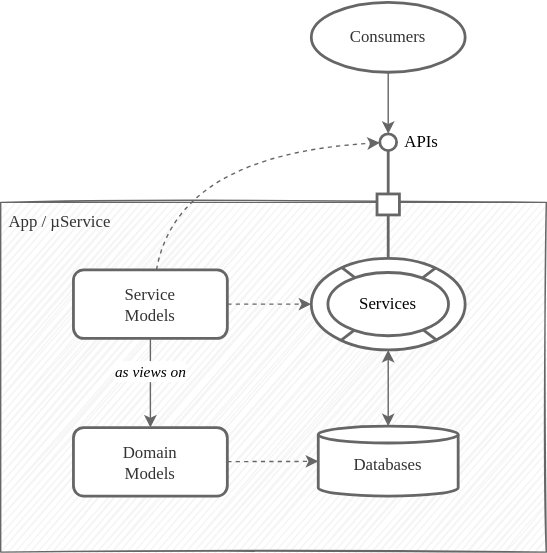
cap-js/docs keeps this draw.io diagram as guides/assets/providing-services/service-as-facades.drawio.svg. Above is the earlier version. Source tidied: cells renumbered, new cells last; positions are measured from the earlier drawing's top-left corner, leaving out a move shared by most shapes.
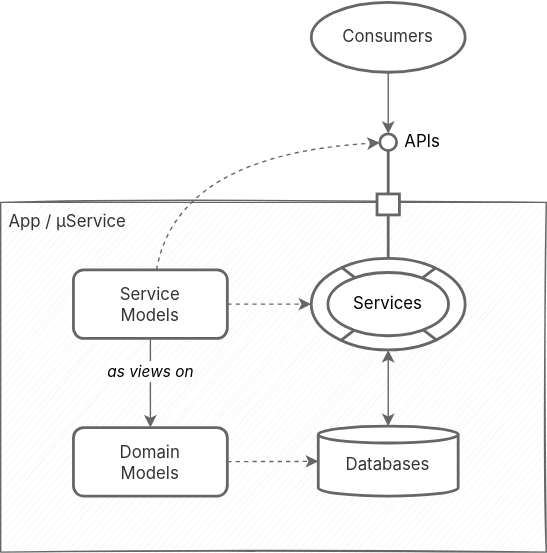
Above is the later version.

What changed in the source:
```diff
@@ -2,64 +2,64 @@
   <root>
     <mxCell id="0" />
     <mxCell id="1" parent="0" />
-    <mxCell id="2" value="App / µService" style="rounded=0;whiteSpace=wrap;html=1;sketch=1;strokeWidth=1;fillColor=#f5f5f5;strokeColor=#666666;fontColor=#333333;fontFamily=Avenir Next Medium;align=left;verticalAlign=top;spacingBottom=4;spacingLeft=4;spacingRight=5;" parent="1" vertex="1">
+    <mxCell id="2" value="App / µService" style="rounded=0;whiteSpace=wrap;html=1;sketch=1;strokeWidth=1;fillColor=#f5f5f5;strokeColor=#666666;fontColor=#333333;fontFamily='Avenir Next', 'Inter var', 'Inter', Helvetica, Arial, sans-serif;align=left;verticalAlign=top;spacingBottom=4;spacingLeft=4;spacingRight=5;" parent="1" vertex="1">
       <mxGeometry y="143" width="390" height="250" as="geometry" />
     </mxCell>
-    <mxCell id="3" style="rounded=0;jettySize=auto;html=1;strokeWidth=1;fillColor=#f5f5f5;strokeColor=#666666;fontStyle=1;fontFamily=Avenir Next Medium;fontSize=12;sketch=0;" parent="1" edge="1" source="4" target="5">
+    <mxCell id="3" style="rounded=0;jettySize=auto;html=1;strokeWidth=1;fillColor=#f5f5f5;strokeColor=#666666;fontStyle=1;fontFamily='Avenir Next', 'Inter var', 'Inter', Helvetica, Arial, sans-serif;fontSize=12;sketch=0;" parent="1" edge="1" source="4" target="5">
       <mxGeometry x="-0.23" relative="1" as="geometry" />
     </mxCell>
-    <mxCell id="4" value="Consumers" style="ellipse;whiteSpace=wrap;html=1;sketch=0;fontFamily=Avenir Next Medium;fontSize=12;fontColor=#333333;strokeColor=#666666;strokeWidth=2;fontStyle=0;" parent="1" vertex="1">
+    <mxCell id="4" value="Consumers" style="ellipse;whiteSpace=wrap;html=1;sketch=0;fontFamily='Avenir Next', 'Inter var', 'Inter', Helvetica, Arial, sans-serif;fontSize=12;fontColor=#333333;strokeColor=#666666;strokeWidth=2;fontStyle=0;" parent="1" vertex="1">
       <mxGeometry x="222" width="110" height="50" as="geometry" />
     </mxCell>
-    <mxCell id="5" value="APIs" style="ellipse;whiteSpace=wrap;html=1;shadow=0;sketch=0;fillStyle=hachure;fontFamily=Avenir Next Medium;fontSize=12;fontColor=#000000;strokeColor=#666666;strokeWidth=2;align=left;spacingLeft=16;" parent="1" vertex="1">
+    <mxCell id="5" value="APIs" style="ellipse;whiteSpace=wrap;html=1;shadow=0;sketch=0;fillStyle=hachure;fontFamily='Avenir Next', 'Inter var', 'Inter', Helvetica, Arial, sans-serif;fontSize=12;fontColor=#000000;strokeColor=#666666;strokeWidth=2;align=left;spacingLeft=16;" parent="1" vertex="1">
       <mxGeometry x="271" y="94" width="12" height="12" as="geometry" />
     </mxCell>
-    <mxCell id="6" style="endArrow=none;html=1;sketch=0;fontFamily=Avenir Next Medium;fontSize=12;fontColor=#000000;strokeColor=#666666;strokeWidth=2;curved=1;" parent="1" edge="1" source="7" target="5">
+    <mxCell id="6" style="endArrow=none;html=1;sketch=0;fontFamily='Avenir Next', 'Inter var', 'Inter', Helvetica, Arial, sans-serif;fontSize=12;fontColor=#000000;strokeColor=#666666;strokeWidth=2;curved=1;" parent="1" edge="1" source="7" target="5">
       <mxGeometry relative="1" as="geometry" />
     </mxCell>
-    <mxCell id="7" style="rounded=0;whiteSpace=wrap;html=1;shadow=0;sketch=0;fillStyle=hachure;fontFamily=Avenir Next Medium;fontSize=12;fontColor=#000000;strokeColor=#666666;strokeWidth=2;" parent="1" vertex="1">
+    <mxCell id="7" style="rounded=0;whiteSpace=wrap;html=1;shadow=0;sketch=0;fillStyle=hachure;fontFamily='Avenir Next', 'Inter var', 'Inter', Helvetica, Arial, sans-serif;fontSize=12;fontColor=#000000;strokeColor=#666666;strokeWidth=2;" parent="1" vertex="1">
       <mxGeometry x="269" y="137" width="16" height="15" as="geometry" />
     </mxCell>
-    <mxCell id="8" style="endArrow=none;html=1;sketch=0;fontFamily=Avenir Next Medium;fontSize=12;fontColor=#000000;strokeColor=#666666;strokeWidth=2;curved=1;" parent="1" edge="1" source="12" target="7">
+    <mxCell id="8" style="endArrow=none;html=1;sketch=0;fontFamily='Avenir Next', 'Inter var', 'Inter', Helvetica, Arial, sans-serif;fontSize=12;fontColor=#000000;strokeColor=#666666;strokeWidth=2;curved=1;" parent="1" edge="1" source="12" target="7">
       <mxGeometry relative="1" as="geometry" />
     </mxCell>
-    <mxCell id="9" value="Databases" style="shape=cylinder3;whiteSpace=wrap;html=1;boundedLbl=1;backgroundOutline=1;size=6;strokeWidth=2;strokeColor=#666666;spacingBottom=5;fontFamily=Avenir Next Medium;sketch=0;fontColor=#333333;" parent="1" vertex="1">
+    <mxCell id="9" value="Databases" style="shape=cylinder3;whiteSpace=wrap;html=1;boundedLbl=1;backgroundOutline=1;size=6;strokeWidth=2;strokeColor=#666666;spacingBottom=5;fontFamily='Avenir Next', 'Inter var', 'Inter', Helvetica, Arial, sans-serif;sketch=0;fontColor=#333333;" parent="1" vertex="1">
       <mxGeometry x="227" y="303" width="100" height="50" as="geometry" />
     </mxCell>
-    <mxCell id="10" style="rounded=0;jettySize=auto;html=1;strokeWidth=1;fillColor=#f5f5f5;strokeColor=#666666;fontFamily=Avenir Next Medium;startArrow=classic;startFill=1;sketch=0;" parent="1" edge="1" source="12" target="9">
+    <mxCell id="10" style="rounded=0;jettySize=auto;html=1;strokeWidth=1;fillColor=#f5f5f5;strokeColor=#666666;fontFamily='Avenir Next', 'Inter var', 'Inter', Helvetica, Arial, sans-serif;startArrow=classic;startFill=1;sketch=0;" parent="1" edge="1" source="12" target="9">
       <mxGeometry relative="1" as="geometry" />
     </mxCell>
-    <mxCell id="11" style="group;" parent="1" vertex="1">
+    <mxCell id="11" style="group;fontFamily='Avenir Next', 'Inter var', 'Inter', Helvetica, Arial, sans-serif;" parent="1" vertex="1">
       <mxGeometry x="222" y="183" width="110" height="65.5" as="geometry" />
     </mxCell>
-    <mxCell id="12" style="ellipse;whiteSpace=wrap;html=1;strokeWidth=2;strokeColor=#666666;gradientDirection=south;fontFamily=Avenir Next Medium;sketch=0;" parent="11" vertex="1">
+    <mxCell id="12" style="ellipse;whiteSpace=wrap;html=1;strokeWidth=2;strokeColor=#666666;gradientDirection=south;fontFamily='Avenir Next', 'Inter var', 'Inter', Helvetica, Arial, sans-serif;sketch=0;" parent="11" vertex="1">
       <mxGeometry width="110" height="65.5" as="geometry" />
     </mxCell>
-    <mxCell id="13" style="rounded=0;orthogonalLoop=1;jettySize=auto;html=1;endArrow=none;endFill=0;strokeWidth=2;entryX=0.806;entryY=0.106;entryDx=0;entryDy=0;exitX=0.193;exitY=0.895;exitDx=0;exitDy=0;fillColor=#f8cecc;strokeColor=#666666;entryPerimeter=0;exitPerimeter=0;fontFamily=Avenir Next Medium;sketch=0;" parent="11" edge="1" source="12" target="12">
+    <mxCell id="13" style="rounded=0;orthogonalLoop=1;jettySize=auto;html=1;endArrow=none;endFill=0;strokeWidth=2;entryX=0.806;entryY=0.106;entryDx=0;entryDy=0;exitX=0.193;exitY=0.895;exitDx=0;exitDy=0;fillColor=#f8cecc;strokeColor=#666666;entryPerimeter=0;exitPerimeter=0;fontFamily='Avenir Next', 'Inter var', 'Inter', Helvetica, Arial, sans-serif;sketch=0;" parent="11" edge="1" source="12" target="12">
       <mxGeometry y="0.5" as="geometry" />
     </mxCell>
-    <mxCell id="14" style="rounded=0;orthogonalLoop=1;jettySize=auto;html=1;endArrow=none;endFill=0;strokeWidth=2;entryX=0.819;entryY=0.898;entryDx=0;entryDy=0;exitX=0.199;exitY=0.102;exitDx=0;exitDy=0;fillColor=#f8cecc;strokeColor=#666666;exitPerimeter=0;entryPerimeter=0;fontFamily=Avenir Next Medium;sketch=0;" parent="11" edge="1" source="12" target="12">
+    <mxCell id="14" style="rounded=0;orthogonalLoop=1;jettySize=auto;html=1;endArrow=none;endFill=0;strokeWidth=2;entryX=0.819;entryY=0.898;entryDx=0;entryDy=0;exitX=0.199;exitY=0.102;exitDx=0;exitDy=0;fillColor=#f8cecc;strokeColor=#666666;exitPerimeter=0;entryPerimeter=0;fontFamily='Avenir Next', 'Inter var', 'Inter', Helvetica, Arial, sans-serif;sketch=0;" parent="11" edge="1" source="12" target="12">
       <mxGeometry x="-58.4" y="-621" as="geometry" />
     </mxCell>
-    <mxCell id="15" value="Services" style="ellipse;whiteSpace=wrap;html=1;strokeWidth=2;fontFamily=Avenir Next Medium;fillColor=#FFFFFF;strokeColor=#666666;fontStyle=0;shadow=0;sketch=0;fillStyle=solid;" parent="11" vertex="1">
+    <mxCell id="15" value="Services" style="ellipse;whiteSpace=wrap;html=1;strokeWidth=2;fontFamily='Avenir Next', 'Inter var', 'Inter', Helvetica, Arial, sans-serif;fillColor=#FFFFFF;strokeColor=#666666;fontStyle=0;shadow=0;sketch=0;fillStyle=solid;" parent="11" vertex="1">
       <mxGeometry x="11.9" y="10.1" width="86.2" height="45.2" as="geometry" />
     </mxCell>
-    <mxCell id="16" style="edgeStyle=none;rounded=0;jettySize=auto;html=1;strokeWidth=1;fontFamily=Avenir Next Medium;fontColor=#666666;strokeColor=#666666;dashed=1;sketch=0;" parent="1" edge="1" source="17" target="12">
+    <mxCell id="16" style="edgeStyle=none;rounded=0;jettySize=auto;html=1;strokeWidth=1;fontFamily='Avenir Next', 'Inter var', 'Inter', Helvetica, Arial, sans-serif;fontColor=#666666;strokeColor=#666666;dashed=1;sketch=0;" parent="1" edge="1" source="17" target="12">
       <mxGeometry relative="1" as="geometry" />
     </mxCell>
-    <mxCell id="17" value="Service&lt;br&gt;Models" style="rounded=1;whiteSpace=wrap;html=1;strokeWidth=2;fontFamily=Avenir Next Medium;sketch=0;fillStyle=hachure;fontColor=#333333;strokeColor=#666666;" parent="1" vertex="1">
+    <mxCell id="17" value="Service&lt;br&gt;Models" style="rounded=1;whiteSpace=wrap;html=1;strokeWidth=2;fontFamily='Avenir Next', 'Inter var', 'Inter', Helvetica, Arial, sans-serif;sketch=0;fillStyle=hachure;fontColor=#333333;strokeColor=#666666;" parent="1" vertex="1">
       <mxGeometry x="52" y="191.2" width="110" height="49" as="geometry" />
     </mxCell>
-    <mxCell id="18" value="Domain&lt;br&gt;Models" style="rounded=1;whiteSpace=wrap;html=1;strokeWidth=2;fontStyle=0;fontFamily=Avenir Next Medium;sketch=0;fontColor=#333333;strokeColor=#666666;" parent="1" vertex="1">
+    <mxCell id="18" value="Domain&lt;br&gt;Models" style="rounded=1;whiteSpace=wrap;html=1;strokeWidth=2;fontStyle=0;fontFamily='Avenir Next', 'Inter var', 'Inter', Helvetica, Arial, sans-serif;sketch=0;fontColor=#333333;strokeColor=#666666;" parent="1" vertex="1">
       <mxGeometry x="52" y="304" width="110" height="49" as="geometry" />
     </mxCell>
-    <mxCell id="19" style="edgeStyle=none;rounded=0;jettySize=auto;html=1;strokeWidth=1;fontFamily=Avenir Next Medium;fontColor=#666666;strokeColor=#666666;dashed=1;sketch=0;" parent="1" edge="1" source="18" target="9">
+    <mxCell id="19" style="edgeStyle=none;rounded=0;jettySize=auto;html=1;strokeWidth=1;fontFamily='Avenir Next', 'Inter var', 'Inter', Helvetica, Arial, sans-serif;fontColor=#666666;strokeColor=#666666;dashed=1;sketch=0;" parent="1" edge="1" source="18" target="9">
       <mxGeometry relative="1" as="geometry" />
     </mxCell>
-    <mxCell id="20" value="&lt;span style=&quot;font-weight: normal&quot;&gt;&lt;font style=&quot;font-size: 11px&quot;&gt;&lt;i&gt;as views on&lt;/i&gt;&lt;/font&gt;&lt;/span&gt;" style="rounded=0;jettySize=auto;html=1;strokeWidth=1;fillColor=#f5f5f5;strokeColor=#666666;fontStyle=1;fontFamily=Avenir Next Medium;fontSize=12;sketch=0;" parent="1" edge="1" source="17" target="18">
+    <mxCell id="20" value="&lt;span style=&quot;font-weight: normal&quot;&gt;&lt;font style=&quot;font-size: 11px&quot;&gt;&lt;i&gt;as views on&lt;/i&gt;&lt;/font&gt;&lt;/span&gt;" style="rounded=0;jettySize=auto;html=1;strokeWidth=1;fillColor=#f5f5f5;strokeColor=#666666;fontStyle=1;fontFamily='Avenir Next', 'Inter var', 'Inter', Helvetica, Arial, sans-serif;fontSize=12;sketch=0;" parent="1" edge="1" source="17" target="18">
       <mxGeometry x="-0.23" relative="1" as="geometry" />
     </mxCell>
-    <mxCell id="21" style="edgeStyle=none;jettySize=auto;html=1;strokeWidth=1;fontFamily=Avenir Next Medium;fontColor=#000000;strokeColor=#666666;dashed=1;sketch=0;curved=1;fontStyle=2;spacingTop=2;spacingBottom=2;" parent="1" edge="1" source="17" target="5">
+    <mxCell id="21" style="edgeStyle=none;jettySize=auto;html=1;strokeWidth=1;fontFamily='Avenir Next', 'Inter var', 'Inter', Helvetica, Arial, sans-serif;fontColor=#000000;strokeColor=#666666;dashed=1;sketch=0;curved=1;fontStyle=2;spacingTop=2;spacingBottom=2;" parent="1" edge="1" source="17" target="5">
       <mxGeometry x="-0.36" y="-7" relative="1" as="geometry">
         <Array as="points">
           <mxPoint x="126" y="109" />
```
